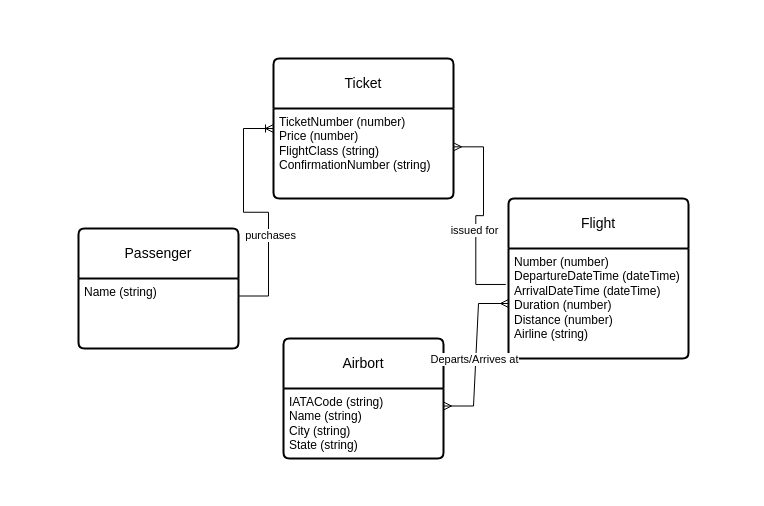
The draw.io diagram Flight_booking_system.drawio in NotMax0/MySQLTutorial, before the edit. Source tidied: cells renumbered, new cells numbered last; positions are measured from the earlier drawing's top-left corner, leaving out a move shared by most shapes. Both pictures are drawn from the tidied source at 100%, with x=0, y=0 at pixel (78, 58).
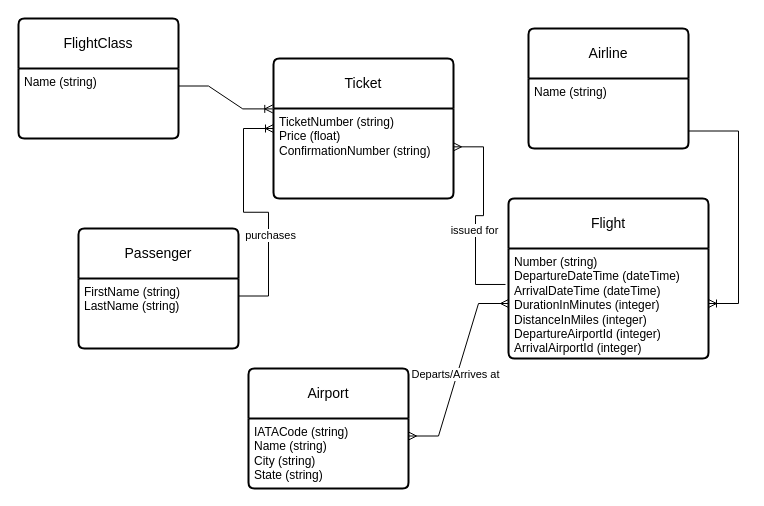
The same diagram, later.

The change refers to these unchanged cells:
```xml
<mxCell id="2" value="Passenger" style="swimlane;horizontal=1;startSize=50;rounded=1;fontSize=14;fontStyle=0;strokeWidth=2;shadow=0;dashed=0;align=center;arcSize=4;whiteSpace=wrap;html=1;" parent="1" vertex="1">
  <mxGeometry y="170" width="160" height="120" as="geometry" />
</mxCell>
<mxCell id="10" value="Ticket" style="swimlane;horizontal=1;startSize=50;rounded=1;fontSize=14;fontStyle=0;strokeWidth=2;shadow=0;dashed=0;align=center;arcSize=4;whiteSpace=wrap;html=1;" parent="1" vertex="1">
  <mxGeometry x="195" width="180" height="140" as="geometry" />
</mxCell>
```

The edit, as a diff of the source:
```diff
@@
-    <mxCell id="3" value="Name (string)" style="align=left;strokeColor=none;fillColor=none;spacingLeft=4;fontSize=12;verticalAlign=top;html=1;" parent="2" vertex="1">
+    <mxCell id="3" value="FirstName (string)&lt;div&gt;LastName (string)&lt;br&gt;&lt;/div&gt;" style="align=left;strokeColor=none;fillColor=none;spacingLeft=4;fontSize=12;verticalAlign=top;html=1;" parent="2" vertex="1">
       <mxGeometry y="50" width="160" height="70" as="geometry" />
     </mxCell>
     <mxCell id="4" value="Flight" style="swimlane;horizontal=1;startSize=50;rounded=1;fontSize=14;fontStyle=0;strokeWidth=2;shadow=0;dashed=0;align=center;arcSize=4;whiteSpace=wrap;html=1;" parent="1" vertex="1">
-      <mxGeometry x="430" y="140" width="180" height="160" as="geometry" />
+      <mxGeometry x="430" y="140" width="200" height="160" as="geometry" />
     </mxCell>
-    <mxCell id="5" value="Number (number)&lt;div&gt;DepartureDateTime (dateTime)&lt;/div&gt;&lt;div&gt;ArrivalDateTime (dateTime)&lt;/div&gt;&lt;div&gt;Duration (number)&lt;/div&gt;&lt;div&gt;Distance (number)&lt;/div&gt;&lt;div&gt;Airline (string)&lt;/div&gt;&lt;div&gt;&lt;br&gt;&lt;/div&gt;" style="align=left;strokeColor=none;fillColor=none;spacingLeft=4;fontSize=12;verticalAlign=top;html=1;" parent="4" vertex="1">
-      <mxGeometry y="50" width="180" height="110" as="geometry" />
+    <mxCell id="5" value="Number (string)&lt;div&gt;DepartureDateTime (dateTime)&lt;/div&gt;&lt;div&gt;ArrivalDateTime (dateTime)&lt;/div&gt;&lt;div&gt;DurationInMinutes (integer)&lt;/div&gt;&lt;div&gt;DistanceInMiles (integer)&lt;/div&gt;&lt;div&gt;DepartureAirportId (integer)&lt;/div&gt;&lt;div&gt;ArrivalAirportId (integer)&lt;/div&gt;" style="align=left;strokeColor=none;fillColor=none;spacingLeft=4;fontSize=12;verticalAlign=top;html=1;" parent="4" vertex="1">
+      <mxGeometry y="50" width="200" height="110" as="geometry" />
     </mxCell>
@@
-    <mxCell id="7" value="Airbort" style="swimlane;horizontal=1;startSize=50;rounded=1;fontSize=14;fontStyle=0;strokeWidth=2;shadow=0;dashed=0;align=center;arcSize=4;whiteSpace=wrap;html=1;" parent="1" vertex="1">
-      <mxGeometry x="205" y="280" width="160" height="120" as="geometry" />
+    <mxCell id="7" value="Airport" style="swimlane;horizontal=1;startSize=50;rounded=1;fontSize=14;fontStyle=0;strokeWidth=2;shadow=0;dashed=0;align=center;arcSize=4;whiteSpace=wrap;html=1;" parent="1" vertex="1">
+      <mxGeometry x="170" y="310" width="160" height="120" as="geometry" />
     </mxCell>
@@
-    <mxCell id="11" value="TicketNumber (number)&lt;div&gt;Price (number)&lt;/div&gt;&lt;div&gt;FlightClass (string)&lt;/div&gt;&lt;div&gt;ConfirmationNumber (string)&lt;/div&gt;" style="align=left;strokeColor=none;fillColor=none;spacingLeft=4;fontSize=12;verticalAlign=top;html=1;" parent="10" vertex="1">
+    <mxCell id="11" value="TicketNumber (string)&lt;div&gt;Price (float)&lt;/div&gt;&lt;div&gt;ConfirmationNumber (string)&lt;/div&gt;" style="align=left;strokeColor=none;fillColor=none;spacingLeft=4;fontSize=12;verticalAlign=top;html=1;" parent="10" vertex="1">
       <mxGeometry y="50" width="180" height="90" as="geometry" />
     </mxCell>
@@
+    <mxCell id="18" value="Airline" style="swimlane;horizontal=1;startSize=50;rounded=1;fontSize=14;fontStyle=0;strokeWidth=2;shadow=0;dashed=0;align=center;arcSize=4;whiteSpace=wrap;html=1;" parent="1" vertex="1">
+      <mxGeometry x="450" y="-30" width="160" height="120" as="geometry" />
+    </mxCell>
+    <mxCell id="19" value="Name (string)" style="align=left;strokeColor=none;fillColor=none;spacingLeft=4;fontSize=12;verticalAlign=top;html=1;" parent="18" vertex="1">
+      <mxGeometry y="50" width="160" height="70" as="geometry" />
+    </mxCell>
+    <mxCell id="20" style="edgeStyle=entityRelationEdgeStyle;fontSize=12;html=1;endArrow=ERoneToMany;rounded=0;exitX=1;exitY=0.75;exitDx=0;exitDy=0;" parent="1" edge="1" source="19" target="5">
+      <mxGeometry relative="1" as="geometry">
+        <Array as="points">
+          <mxPoint x="630" y="320" />
+        </Array>
+      </mxGeometry>
+    </mxCell>
+    <mxCell id="21" value="FlightClass" style="swimlane;horizontal=1;startSize=50;rounded=1;fontSize=14;fontStyle=0;strokeWidth=2;shadow=0;dashed=0;align=center;arcSize=4;whiteSpace=wrap;html=1;" parent="1" vertex="1">
+      <mxGeometry x="-60" y="-40" width="160" height="120" as="geometry" />
+    </mxCell>
+    <mxCell id="22" value="Name (string)" style="align=left;strokeColor=none;fillColor=none;spacingLeft=4;fontSize=12;verticalAlign=top;html=1;" parent="21" vertex="1">
+      <mxGeometry y="50" width="160" height="70" as="geometry" />
+    </mxCell>
+    <mxCell id="23" style="edgeStyle=entityRelationEdgeStyle;fontSize=12;html=1;endArrow=ERoneToMany;rounded=0;exitX=1;exitY=0.25;exitDx=0;exitDy=0;entryX=-0.004;entryY=0.36;entryDx=0;entryDy=0;entryPerimeter=0;" parent="1" edge="1" source="22" target="10">
+      <mxGeometry relative="1" as="geometry" />
+    </mxCell>
```
